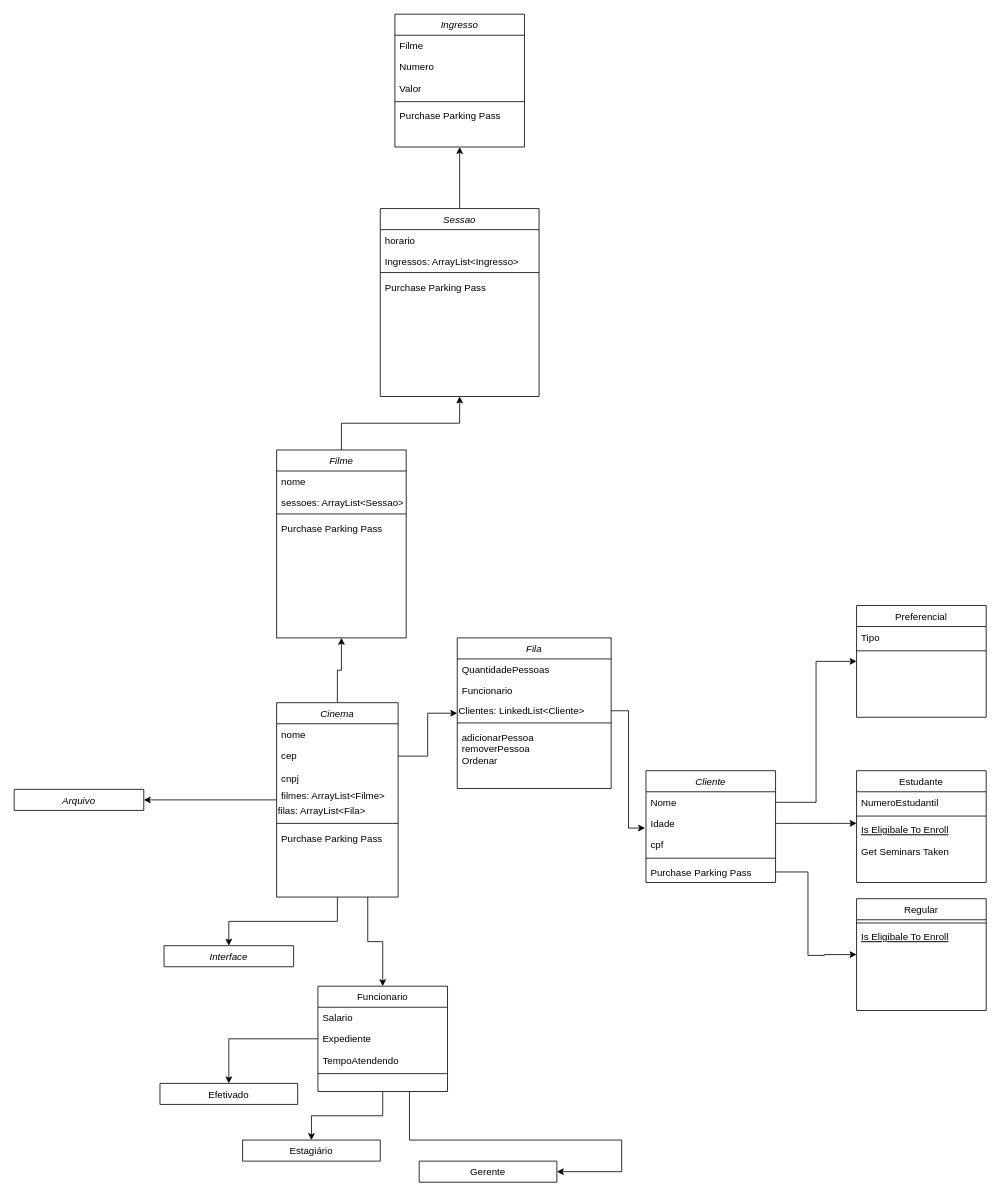
Before: classPPOO.drawio in IsabelleCoelho/Fila_de_Cinema_PPOO, a draw.io diagram. Source tidied: cells renumbered, new cells numbered last; positions are measured from the earlier drawing's top-left corner, leaving out a move shared by most shapes. Both pictures are drawn from the tidied source at 81%, with x=0, y=0 at pixel (14, 14).
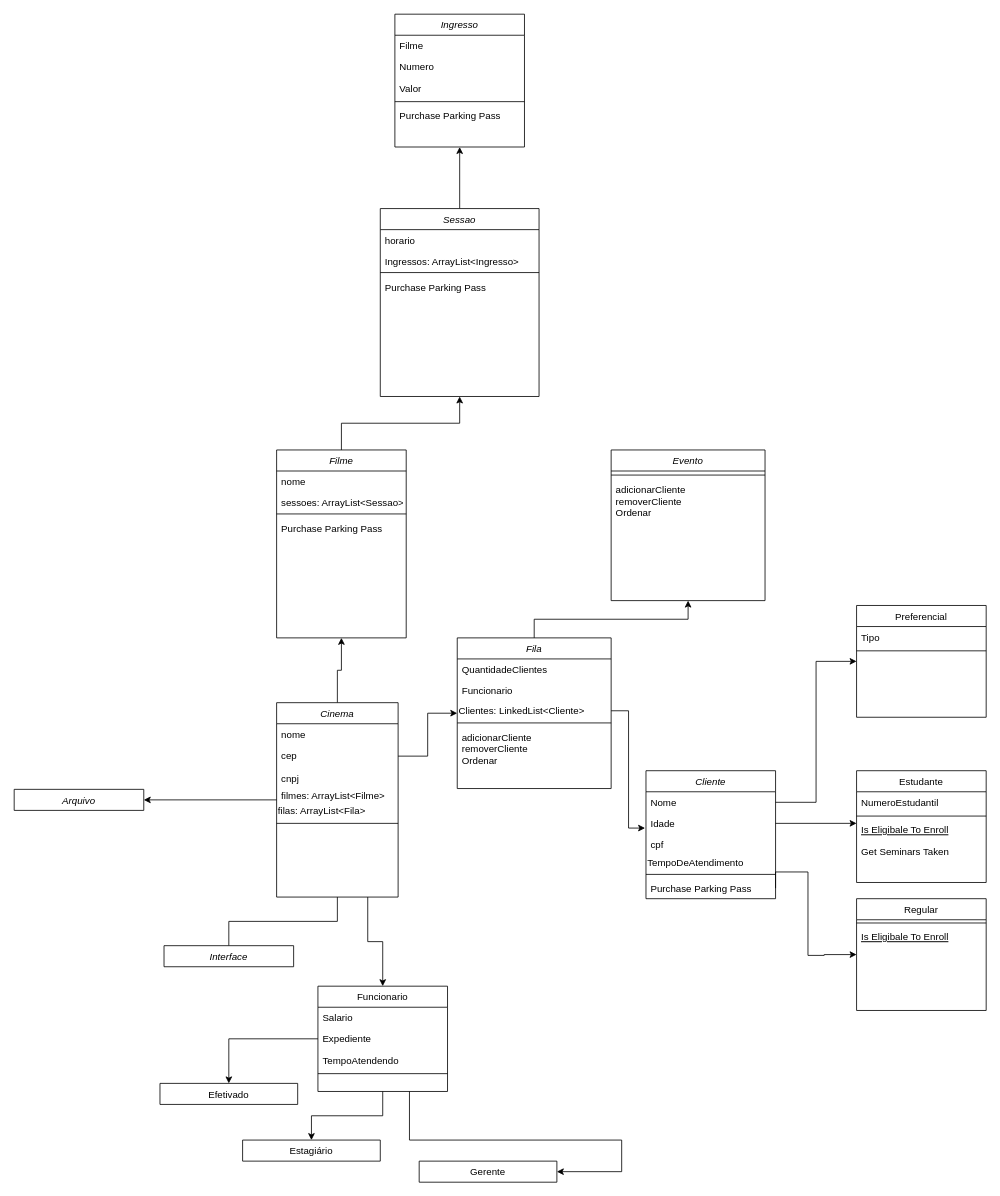
After the change.

Commit message:
Atualizando diagrama de classes

Unchanged cells that the change refers to:
```xml
<mxCell id="9" value="Cinema" style="swimlane;fontStyle=2;align=center;verticalAlign=top;horizontal=1;startSize=26;rounded=0;shadow=0;strokeWidth=1;" parent="1" vertex="1">
  <mxGeometry x="324" y="850" width="150" height="240" as="geometry" />
</mxCell>
<mxCell id="35" value="Fila" style="swimlane;fontStyle=2;align=center;verticalAlign=top;horizontal=1;startSize=26;rounded=0;shadow=0;strokeWidth=1;" parent="1" vertex="1">
  <mxGeometry x="547" y="770" width="190" height="186" as="geometry" />
</mxCell>
<mxCell id="55" value="Interface" style="swimlane;fontStyle=2;align=center;verticalAlign=top;horizontal=1;startSize=26;rounded=0;shadow=0;strokeWidth=1;" parent="1" vertex="1" collapsed="1">
  <mxGeometry x="185" y="1150" width="160" height="26" as="geometry" />
</mxCell>
```

Change to the diagram source:
```diff
@@
-    <mxCell id="6" style="edgeStyle=orthogonalEdgeStyle;rounded=0;jettySize=auto;html=1;" parent="1" edge="1" source="9" target="55">
+    <mxCell id="6" style="edgeStyle=orthogonalEdgeStyle;rounded=0;jettySize=auto;html=1;endArrow=none;endFill=0;startArrow=none;startFill=0;" parent="1" edge="1" source="9" target="55">
       <mxGeometry relative="1" as="geometry" />
     </mxCell>
@@
-    <mxCell id="16" value="Purchase Parking Pass" style="text;align=left;verticalAlign=top;spacingLeft=4;spacingRight=4;overflow=hidden;" parent="9" vertex="1">
-      <mxGeometry y="154" width="150" height="26" as="geometry" />
-    </mxCell>
@@
+    <mxCell id="73" style="edgeStyle=orthogonalEdgeStyle;rounded=0;jettySize=auto;html=1;" parent="1" edge="1" source="35" target="75">
+      <mxGeometry relative="1" as="geometry" />
+    </mxCell>
@@
-    <mxCell id="36" value="QuantidadePessoas" style="text;align=left;verticalAlign=top;spacingLeft=4;spacingRight=4;overflow=hidden;" parent="35" vertex="1">
+    <mxCell id="36" value="QuantidadeClientes" style="text;align=left;verticalAlign=top;spacingLeft=4;spacingRight=4;overflow=hidden;" parent="35" vertex="1">
       <mxGeometry y="26" width="190" height="26" as="geometry" />
     </mxCell>
@@
-    <mxCell id="40" value="adicionarPessoa&#10;removerPessoa&#10;Ordenar &#10;" style="text;align=left;verticalAlign=top;spacingLeft=4;spacingRight=4;overflow=hidden;" parent="35" vertex="1">
+    <mxCell id="40" value="adicionarCliente&#10;removerCliente&#10;Ordenar &#10;" style="text;align=left;verticalAlign=top;spacingLeft=4;spacingRight=4;overflow=hidden;" parent="35" vertex="1">
       <mxGeometry y="110" width="190" height="76" as="geometry" />
     </mxCell>
@@
     <mxCell id="67" value="Cliente" style="swimlane;fontStyle=2;align=center;verticalAlign=top;horizontal=1;startSize=26;rounded=0;shadow=0;strokeWidth=1;" parent="1" vertex="1">
-      <mxGeometry x="780" y="934" width="160" height="138" as="geometry" />
+      <mxGeometry x="780" y="934" width="160" height="158" as="geometry" />
     </mxCell>
@@
+    <mxCell id="74" value="&lt;div align=&quot;left&quot;&gt;TempoDeAtendimento&lt;/div&gt;" style="text;html=1;strokeColor=none;fillColor=none;align=left;verticalAlign=middle;whiteSpace=wrap;rounded=0;" parent="67" vertex="1">
+      <mxGeometry y="104" width="160" height="20" as="geometry" />
+    </mxCell>
     <mxCell id="71" style="line;html=1;strokeWidth=1;align=left;verticalAlign=middle;spacingTop=-1;spacingLeft=3;spacingRight=3;labelPosition=right;" parent="67" vertex="1">
-      <mxGeometry y="104" width="160" height="8" as="geometry" />
+      <mxGeometry y="124" width="160" height="8" as="geometry" />
     </mxCell>
     <mxCell id="72" value="Purchase Parking Pass" style="text;align=left;verticalAlign=top;spacingLeft=4;spacingRight=4;overflow=hidden;points=[[0,0.5],[1,0.5]];portConstraint=eastwest;" parent="67" vertex="1">
-      <mxGeometry y="112" width="160" height="26" as="geometry" />
+      <mxGeometry y="132" width="160" height="26" as="geometry" />
     </mxCell>
+    <mxCell id="75" value="Evento" style="swimlane;fontStyle=2;align=center;verticalAlign=top;horizontal=1;startSize=26;rounded=0;shadow=0;strokeWidth=1;" parent="1" vertex="1">
+      <mxGeometry x="737" y="538" width="190" height="186" as="geometry" />
+    </mxCell>
+    <mxCell id="76" style="line;html=1;strokeWidth=1;align=left;verticalAlign=middle;spacingTop=-1;spacingLeft=3;spacingRight=3;labelPosition=right;" parent="75" vertex="1">
+      <mxGeometry y="26" width="190" height="10" as="geometry" />
+    </mxCell>
+    <mxCell id="77" value="adicionarCliente&#10;removerCliente&#10;Ordenar &#10;" style="text;align=left;verticalAlign=top;spacingLeft=4;spacingRight=4;overflow=hidden;" parent="75" vertex="1">
+      <mxGeometry y="36" width="190" height="76" as="geometry" />
+    </mxCell>
```
